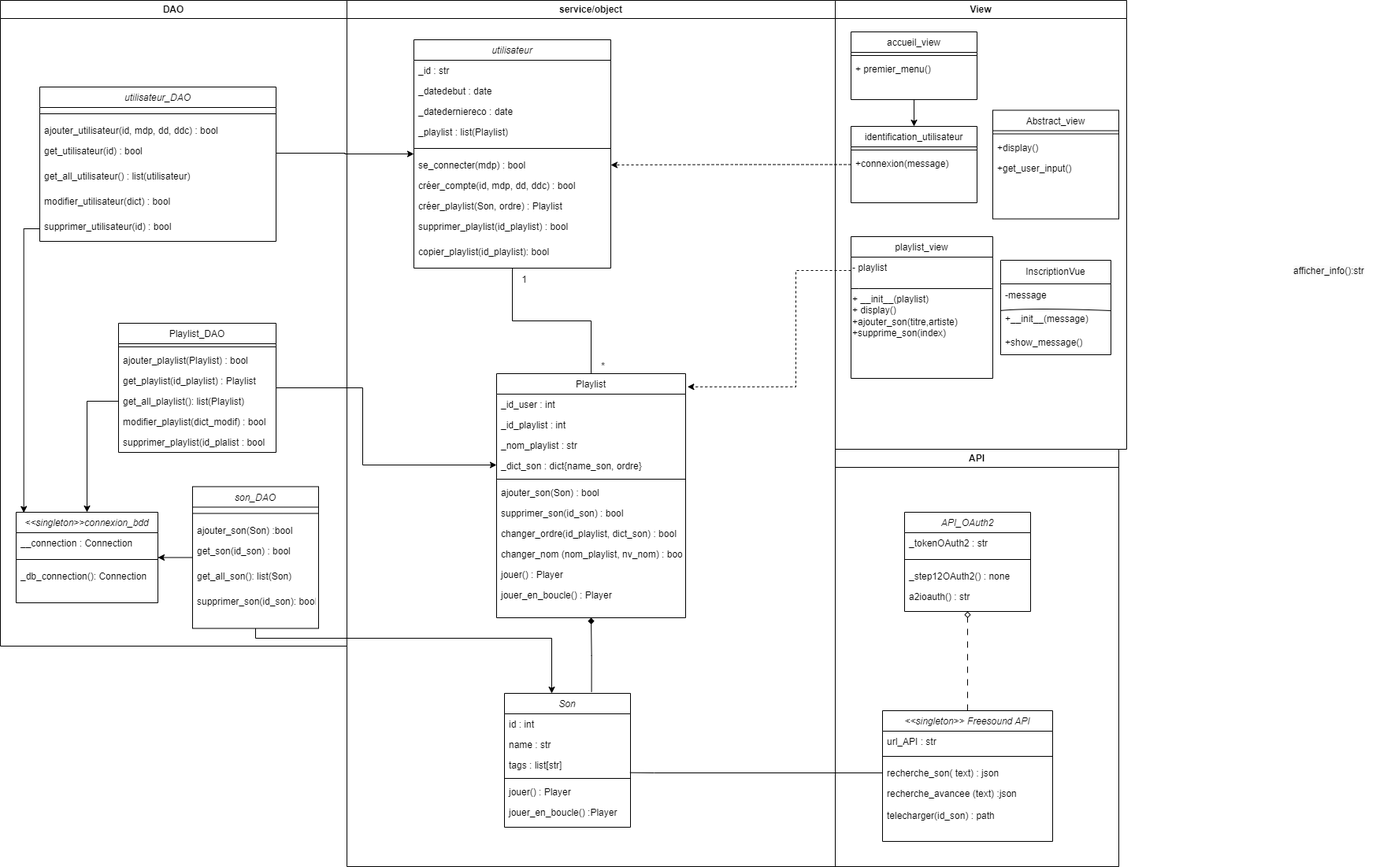
Before: doc/modelisation/Diagramme de classe.png, a diagram exported from draw.io (PepitoTSO/Projet-INFO-ENSAI-2A-Gr14). Source tidied: cells renumbered, new cells last; positions are measured from the earlier drawing's top-left corner, leaving out a move shared by most shapes.
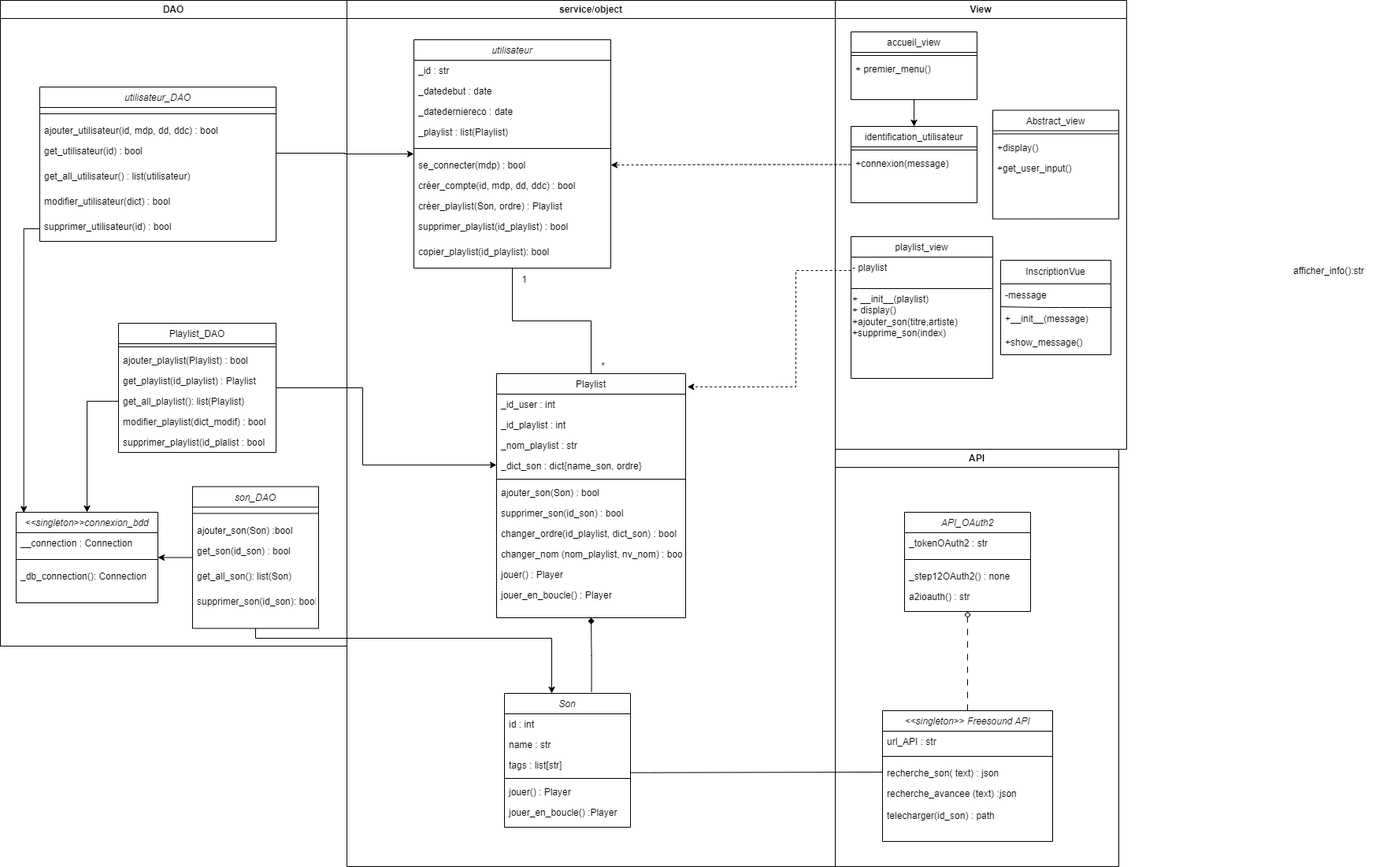
The same file after the commit.

What changed in the source:
```diff
@@ -68,11 +68,12 @@
     <mxCell id="21" value="+show_message()" style="text;strokeColor=none;fillColor=none;align=left;verticalAlign=middle;spacingLeft=4;spacingRight=4;overflow=hidden;whiteSpace=wrap;html=1;" parent="18" vertex="1">
       <mxGeometry y="90" width="140" height="30" as="geometry" />
     </mxCell>
-    <mxCell id="22" style="endArrow=none;html=1;rounded=0;fontSize=12;startSize=8;endSize=8;curved=1;exitX=-0.007;exitY=0.133;exitDx=0;exitDy=0;exitPerimeter=0;" parent="18" edge="1" source="20">
+    <mxCell id="22" style="endArrow=none;html=1;rounded=0;fontSize=12;startSize=8;endSize=8;curved=1;exitX=-0.005;exitY=-0.035;exitDx=0;exitDy=0;exitPerimeter=0;" parent="18" edge="1" source="20">
       <mxGeometry relative="1" as="geometry">
-        <mxPoint x="140" y="64" as="targetPoint" />
+        <mxPoint x="141" y="60" as="targetPoint" />
         <Array as="points">
           <mxPoint x="40" y="60" />
+          <mxPoint x="110" y="60" />
         </Array>
       </mxGeometry>
     </mxCell>
```
